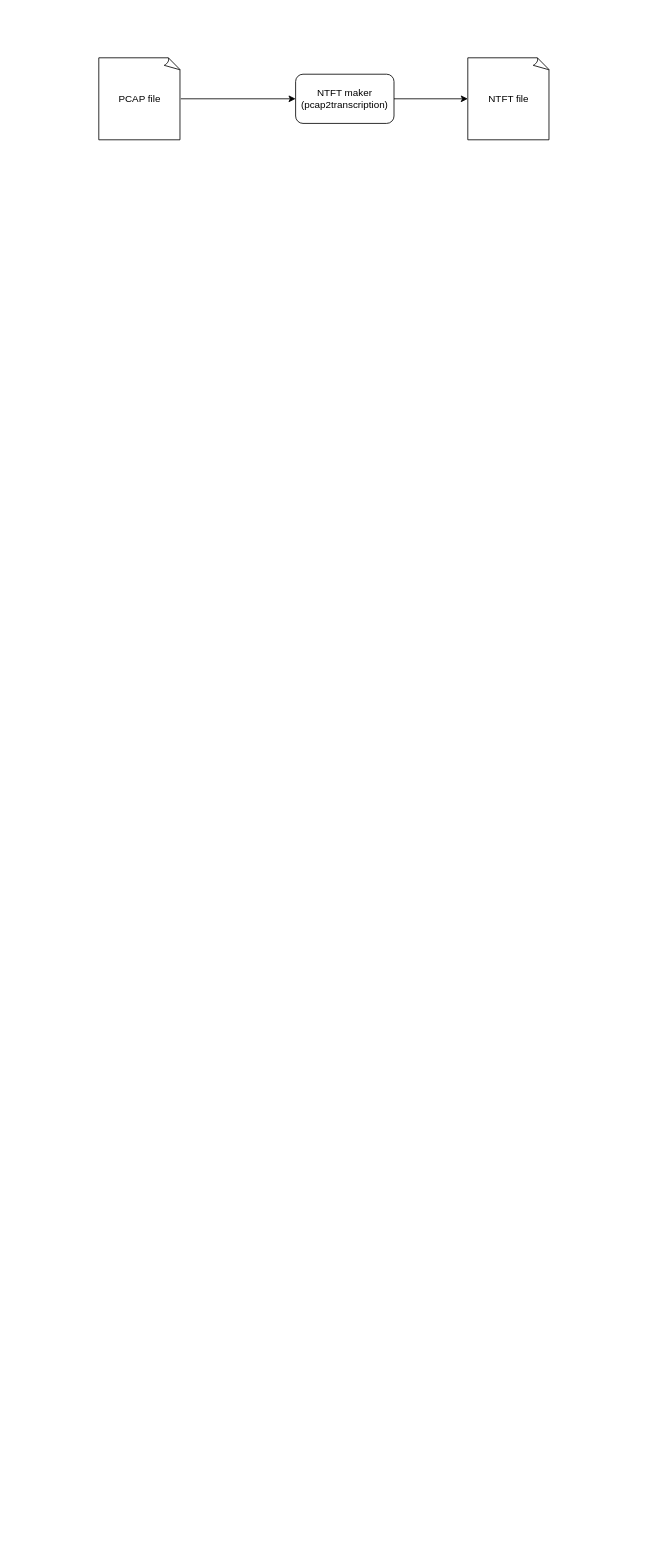
Before: wiki/img/data-flow.drawio in scarfaace/tu-interdiscplinary-network-flows, a draw.io diagram. Source tidied: cells renumbered, new cells numbered last; positions are measured from the earlier drawing's top-left corner, leaving out a move shared by most shapes. Both pictures are drawn from the tidied source at 82%, with x=0, y=0 at pixel (98, 57). Pictures stored in the file or linked from it are replaced by grey dashed boxes.
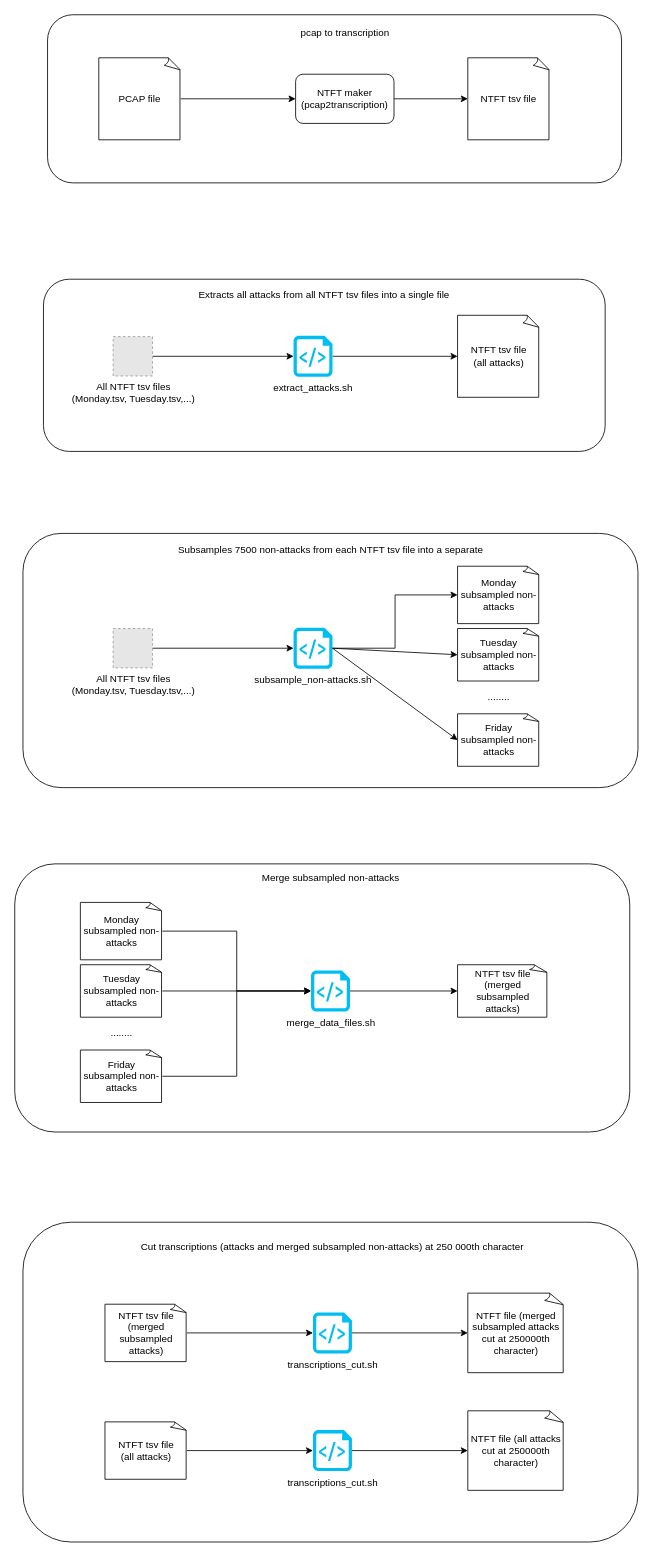
After the change.

Change to the diagram source:
```diff
@@
+    <mxCell id="7" style="rounded=1;whiteSpace=wrap;html=1;" parent="1" vertex="1">
+      <mxGeometry x="-62.5" y="-52.5" width="700" height="205" as="geometry" />
+    </mxCell>
+    <mxCell id="8" style="rounded=1;whiteSpace=wrap;html=1;" parent="1" vertex="1">
+      <mxGeometry x="-67.5" y="270" width="685" height="210" as="geometry" />
+    </mxCell>
+    <mxCell id="9" style="rounded=1;whiteSpace=wrap;html=1;" parent="1" vertex="1">
+      <mxGeometry x="-92.5" y="580" width="750" height="310" as="geometry" />
+    </mxCell>
@@
-    <mxCell id="6" value="NTFT file" style="whiteSpace=wrap;html=1;shape=mxgraph.basic.document;" parent="1" vertex="1">
+    <mxCell id="6" value="NTFT tsv file" style="whiteSpace=wrap;html=1;shape=mxgraph.basic.document;" parent="1" vertex="1">
       <mxGeometry x="450" width="100" height="100" as="geometry" />
     </mxCell>
+    <mxCell id="10" style="edgeStyle=orthogonalEdgeStyle;rounded=0;jettySize=auto;html=1;entryX=0;entryY=0.5;entryDx=0;entryDy=0;entryPerimeter=0;" parent="1" edge="1" source="11" target="13">
+      <mxGeometry relative="1" as="geometry" />
+    </mxCell>
+    <mxCell id="11" value="All NTFT tsv files &lt;br&gt;(Monday.tsv, Tuesday.tsv,...)" style="fillColor=#E6E6E6;strokeColor=#999999;dashed=1;html=1;verticalAlign=top;verticalLabelPosition=bottom;labelBackgroundColor=#ffffff;" parent="1" vertex="1">
+      <mxGeometry x="17.5" y="340" width="48" height="48" as="geometry" />
+    </mxCell>
+    <mxCell id="12" style="edgeStyle=orthogonalEdgeStyle;rounded=0;jettySize=auto;html=1;entryX=0;entryY=0.5;entryDx=0;entryDy=0;entryPerimeter=0;" parent="1" edge="1" source="13" target="14">
+      <mxGeometry relative="1" as="geometry" />
+    </mxCell>
+    <mxCell id="13" value="extract_attacks.sh" style="verticalLabelPosition=bottom;html=1;verticalAlign=top;align=center;strokeColor=none;fillColor=#00BEF2;shape=mxgraph.azure.script_file;" parent="1" vertex="1">
+      <mxGeometry x="237.5" y="339" width="47.5" height="50" as="geometry" />
+    </mxCell>
+    <mxCell id="14" value="NTFT tsv file&lt;br&gt;(all attacks)" style="whiteSpace=wrap;html=1;shape=mxgraph.basic.document;" parent="1" vertex="1">
+      <mxGeometry x="437.5" y="314" width="100" height="100" as="geometry" />
+    </mxCell>
+    <mxCell id="15" style="edgeStyle=orthogonalEdgeStyle;rounded=0;jettySize=auto;html=1;entryX=0;entryY=0.5;entryDx=0;entryDy=0;entryPerimeter=0;" parent="1" edge="1" source="16" target="18">
+      <mxGeometry relative="1" as="geometry" />
+    </mxCell>
+    <mxCell id="16" value="All NTFT tsv files &lt;br&gt;(Monday.tsv, Tuesday.tsv,...)" style="fillColor=#E6E6E6;strokeColor=#999999;dashed=1;html=1;verticalAlign=top;verticalLabelPosition=bottom;labelBackgroundColor=#ffffff;" parent="1" vertex="1">
+      <mxGeometry x="17.5" y="696" width="48" height="48" as="geometry" />
+    </mxCell>
+    <mxCell id="17" style="edgeStyle=orthogonalEdgeStyle;rounded=0;jettySize=auto;html=1;entryX=0;entryY=0.5;entryDx=0;entryDy=0;entryPerimeter=0;" parent="1" edge="1" source="18" target="19">
+      <mxGeometry relative="1" as="geometry" />
+    </mxCell>
+    <mxCell id="18" value="subsample_non-attacks.sh" style="verticalLabelPosition=bottom;html=1;verticalAlign=top;align=center;strokeColor=none;fillColor=#00BEF2;shape=mxgraph.azure.script_file;" parent="1" vertex="1">
+      <mxGeometry x="237.5" y="695" width="47.5" height="50" as="geometry" />
+    </mxCell>
+    <mxCell id="19" value="Monday subsampled non-attacks" style="whiteSpace=wrap;html=1;shape=mxgraph.basic.document;" parent="1" vertex="1">
+      <mxGeometry x="437.5" y="620" width="100" height="70" as="geometry" />
+    </mxCell>
+    <mxCell id="20" value="Subsamples 7500 non-attacks from each NTFT tsv file into a separate" style="text;html=1;strokeColor=none;fillColor=none;align=center;verticalAlign=middle;whiteSpace=wrap;rounded=0;" parent="1" vertex="1">
+      <mxGeometry x="-12.5" y="590" width="590" height="20" as="geometry" />
+    </mxCell>
+    <mxCell id="21" value="Extracts all attacks from all NTFT tsv files into a single file" style="text;html=1;strokeColor=none;fillColor=none;align=center;verticalAlign=middle;whiteSpace=wrap;rounded=0;" parent="1" vertex="1">
+      <mxGeometry x="-20" y="280" width="590" height="20" as="geometry" />
+    </mxCell>
+    <mxCell id="22" value="Tuesday subsampled non-attacks" style="whiteSpace=wrap;html=1;shape=mxgraph.basic.document;" parent="1" vertex="1">
+      <mxGeometry x="437.5" y="696" width="100" height="64" as="geometry" />
+    </mxCell>
+    <mxCell id="23" style="endArrow=classic;html=1;exitX=1;exitY=0.5;exitDx=0;exitDy=0;exitPerimeter=0;entryX=0;entryY=0.5;entryDx=0;entryDy=0;entryPerimeter=0;" parent="1" edge="1" source="18" target="22">
+      <mxGeometry relative="1" as="geometry" />
+    </mxCell>
+    <mxCell id="24" value="Friday subsampled non-attacks" style="whiteSpace=wrap;html=1;shape=mxgraph.basic.document;" parent="1" vertex="1">
+      <mxGeometry x="437.5" y="800" width="100" height="64" as="geometry" />
+    </mxCell>
+    <mxCell id="25" value="........" style="text;html=1;strokeColor=none;fillColor=none;align=center;verticalAlign=middle;whiteSpace=wrap;rounded=0;" parent="1" vertex="1">
+      <mxGeometry x="467.5" y="770" width="40" height="20" as="geometry" />
+    </mxCell>
+    <mxCell id="26" style="endArrow=classic;html=1;exitX=1;exitY=0.5;exitDx=0;exitDy=0;exitPerimeter=0;entryX=0;entryY=0.5;entryDx=0;entryDy=0;entryPerimeter=0;" parent="1" edge="1" source="18" target="24">
+      <mxGeometry relative="1" as="geometry" />
+    </mxCell>
+    <mxCell id="27" value="pcap to transcription" style="text;html=1;strokeColor=none;fillColor=none;align=center;verticalAlign=middle;whiteSpace=wrap;rounded=0;" parent="1" vertex="1">
+      <mxGeometry x="233.8" y="-40" width="132.5" height="20" as="geometry" />
+    </mxCell>
+    <mxCell id="28" style="rounded=1;whiteSpace=wrap;html=1;" parent="1" vertex="1">
+      <mxGeometry x="-102.5" y="983" width="750" height="327" as="geometry" />
+    </mxCell>
+    <mxCell id="29" style="edgeStyle=orthogonalEdgeStyle;rounded=0;jettySize=auto;html=1;entryX=0;entryY=0.5;entryDx=0;entryDy=0;entryPerimeter=0;" parent="1" edge="1" source="30" target="39">
+      <mxGeometry relative="1" as="geometry" />
+    </mxCell>
+    <mxCell id="30" value="merge_data_files.sh" style="verticalLabelPosition=bottom;html=1;verticalAlign=top;align=center;strokeColor=none;fillColor=#00BEF2;shape=mxgraph.azure.script_file;" parent="1" vertex="1">
+      <mxGeometry x="258.8" y="1113" width="47.5" height="50" as="geometry" />
+    </mxCell>
+    <mxCell id="31" style="edgeStyle=orthogonalEdgeStyle;rounded=0;jettySize=auto;html=1;entryX=0;entryY=0.5;entryDx=0;entryDy=0;entryPerimeter=0;" parent="1" edge="1" source="32" target="30">
+      <mxGeometry relative="1" as="geometry" />
+    </mxCell>
+    <mxCell id="32" value="Monday subsampled non-attacks" style="whiteSpace=wrap;html=1;shape=mxgraph.basic.document;" parent="1" vertex="1">
+      <mxGeometry x="-22.5" y="1030" width="100" height="70" as="geometry" />
+    </mxCell>
+    <mxCell id="33" value="Merge subsampled non-attacks" style="text;html=1;strokeColor=none;fillColor=none;align=center;verticalAlign=middle;whiteSpace=wrap;rounded=0;" parent="1" vertex="1">
+      <mxGeometry x="-12.5" y="990" width="590" height="20" as="geometry" />
+    </mxCell>
+    <mxCell id="34" style="edgeStyle=orthogonalEdgeStyle;rounded=0;jettySize=auto;html=1;entryX=0;entryY=0.5;entryDx=0;entryDy=0;entryPerimeter=0;" parent="1" edge="1" source="35" target="30">
+      <mxGeometry relative="1" as="geometry" />
+    </mxCell>
+    <mxCell id="35" value="Tuesday subsampled non-attacks" style="whiteSpace=wrap;html=1;shape=mxgraph.basic.document;" parent="1" vertex="1">
+      <mxGeometry x="-22.5" y="1106" width="100" height="64" as="geometry" />
+    </mxCell>
+    <mxCell id="36" style="edgeStyle=orthogonalEdgeStyle;rounded=0;jettySize=auto;html=1;entryX=0;entryY=0.5;entryDx=0;entryDy=0;entryPerimeter=0;" parent="1" edge="1" source="37" target="30">
+      <mxGeometry relative="1" as="geometry" />
+    </mxCell>
+    <mxCell id="37" value="Friday subsampled non-attacks" style="whiteSpace=wrap;html=1;shape=mxgraph.basic.document;" parent="1" vertex="1">
+      <mxGeometry x="-22.5" y="1210" width="100" height="64" as="geometry" />
+    </mxCell>
+    <mxCell id="38" value="........" style="text;html=1;strokeColor=none;fillColor=none;align=center;verticalAlign=middle;whiteSpace=wrap;rounded=0;" parent="1" vertex="1">
+      <mxGeometry x="7.5" y="1180" width="40" height="20" as="geometry" />
+    </mxCell>
+    <mxCell id="39" value="NTFT tsv file (merged subsampled attacks)" style="whiteSpace=wrap;html=1;shape=mxgraph.basic.document;" parent="1" vertex="1">
+      <mxGeometry x="437.5" y="1106" width="110" height="64" as="geometry" />
+    </mxCell>
+    <mxCell id="40" style="rounded=1;whiteSpace=wrap;html=1;" parent="1" vertex="1">
+      <mxGeometry x="-92.5" y="1420" width="750" height="390" as="geometry" />
+    </mxCell>
+    <mxCell id="41" style="edgeStyle=orthogonalEdgeStyle;rounded=0;jettySize=auto;html=1;entryX=0;entryY=0.5;entryDx=0;entryDy=0;entryPerimeter=0;" parent="1" edge="1" source="42" target="46">
+      <mxGeometry relative="1" as="geometry" />
+    </mxCell>
+    <mxCell id="42" value="transcriptions_cut.sh" style="verticalLabelPosition=bottom;html=1;verticalAlign=top;align=center;strokeColor=none;fillColor=#00BEF2;shape=mxgraph.azure.script_file;" parent="1" vertex="1">
+      <mxGeometry x="261.2" y="1530" width="47.5" height="50" as="geometry" />
+    </mxCell>
+    <mxCell id="43" style="edgeStyle=orthogonalEdgeStyle;rounded=0;jettySize=auto;html=1;entryX=0;entryY=0.5;entryDx=0;entryDy=0;entryPerimeter=0;" parent="1" edge="1" source="44" target="42">
+      <mxGeometry relative="1" as="geometry" />
+    </mxCell>
+    <mxCell id="44" value="NTFT tsv file (merged subsampled attacks)" style="whiteSpace=wrap;html=1;shape=mxgraph.basic.document;" parent="1" vertex="1">
+      <mxGeometry x="7.5" y="1520" width="100" height="70" as="geometry" />
+    </mxCell>
+    <mxCell id="45" value="Cut transcriptions (attacks and merged subsampled non-attacks) at 250 000th character" style="text;html=1;strokeColor=none;fillColor=none;align=center;verticalAlign=middle;whiteSpace=wrap;rounded=0;" parent="1" vertex="1">
+      <mxGeometry x="-10" y="1440" width="590" height="20" as="geometry" />
+    </mxCell>
+    <mxCell id="46" value="NTFT file (merged subsampled attacks cut at 250000th character)" style="whiteSpace=wrap;html=1;shape=mxgraph.basic.document;" parent="1" vertex="1">
+      <mxGeometry x="450" y="1506.5" width="117.5" height="97" as="geometry" />
+    </mxCell>
+    <mxCell id="47" style="edgeStyle=orthogonalEdgeStyle;rounded=0;jettySize=auto;html=1;entryX=0;entryY=0.5;entryDx=0;entryDy=0;entryPerimeter=0;" parent="1" edge="1" source="48" target="51">
+      <mxGeometry relative="1" as="geometry" />
+    </mxCell>
+    <mxCell id="48" value="transcriptions_cut.sh" style="verticalLabelPosition=bottom;html=1;verticalAlign=top;align=center;strokeColor=none;fillColor=#00BEF2;shape=mxgraph.azure.script_file;" parent="1" vertex="1">
+      <mxGeometry x="261.2" y="1673.5" width="47.5" height="50" as="geometry" />
+    </mxCell>
+    <mxCell id="49" style="edgeStyle=orthogonalEdgeStyle;rounded=0;jettySize=auto;html=1;entryX=0;entryY=0.5;entryDx=0;entryDy=0;entryPerimeter=0;" parent="1" edge="1" source="50" target="48">
+      <mxGeometry relative="1" as="geometry" />
+    </mxCell>
+    <mxCell id="50" value="NTFT tsv file&lt;br&gt;(all attacks)" style="whiteSpace=wrap;html=1;shape=mxgraph.basic.document;" parent="1" vertex="1">
+      <mxGeometry x="7.5" y="1663.5" width="100" height="70" as="geometry" />
+    </mxCell>
+    <mxCell id="51" value="NTFT file (all attacks cut at 250000th character)" style="whiteSpace=wrap;html=1;shape=mxgraph.basic.document;" parent="1" vertex="1">
+      <mxGeometry x="450" y="1650" width="117.5" height="97" as="geometry" />
+    </mxCell>
```
